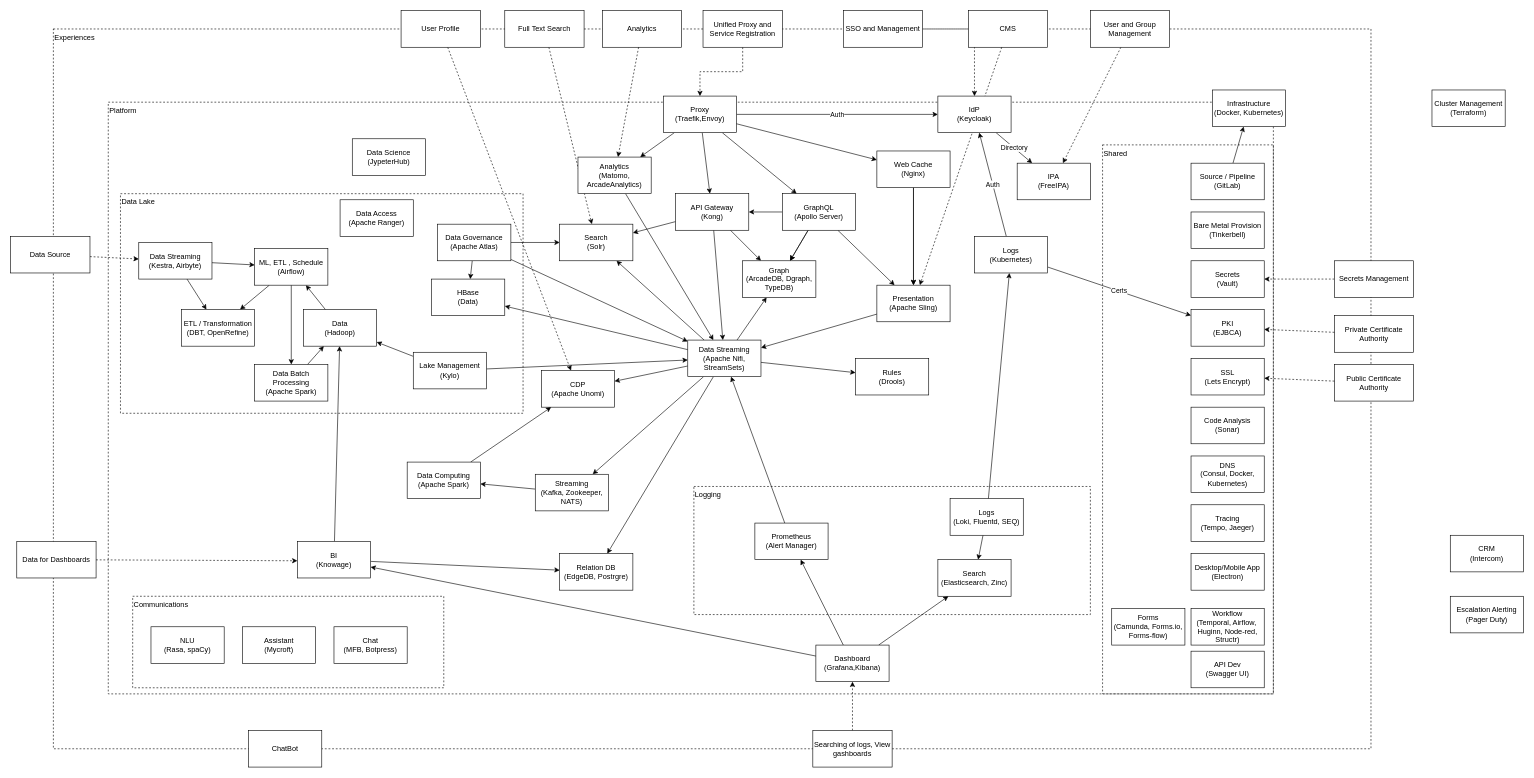
This is page "Services" (1 of 2) of _gxp/diagrams/GXP-Architecture.drawio from governance-foundation/governance.foundation, a draw.io file, before an edit. Source tidied: cells renumbered, new cells numbered last; positions are measured from the earlier drawing's top-left corner, leaving out a move shared by most shapes. Both pictures are drawn from the tidied source at 61%, with x=0, y=0 at pixel (10, 10).
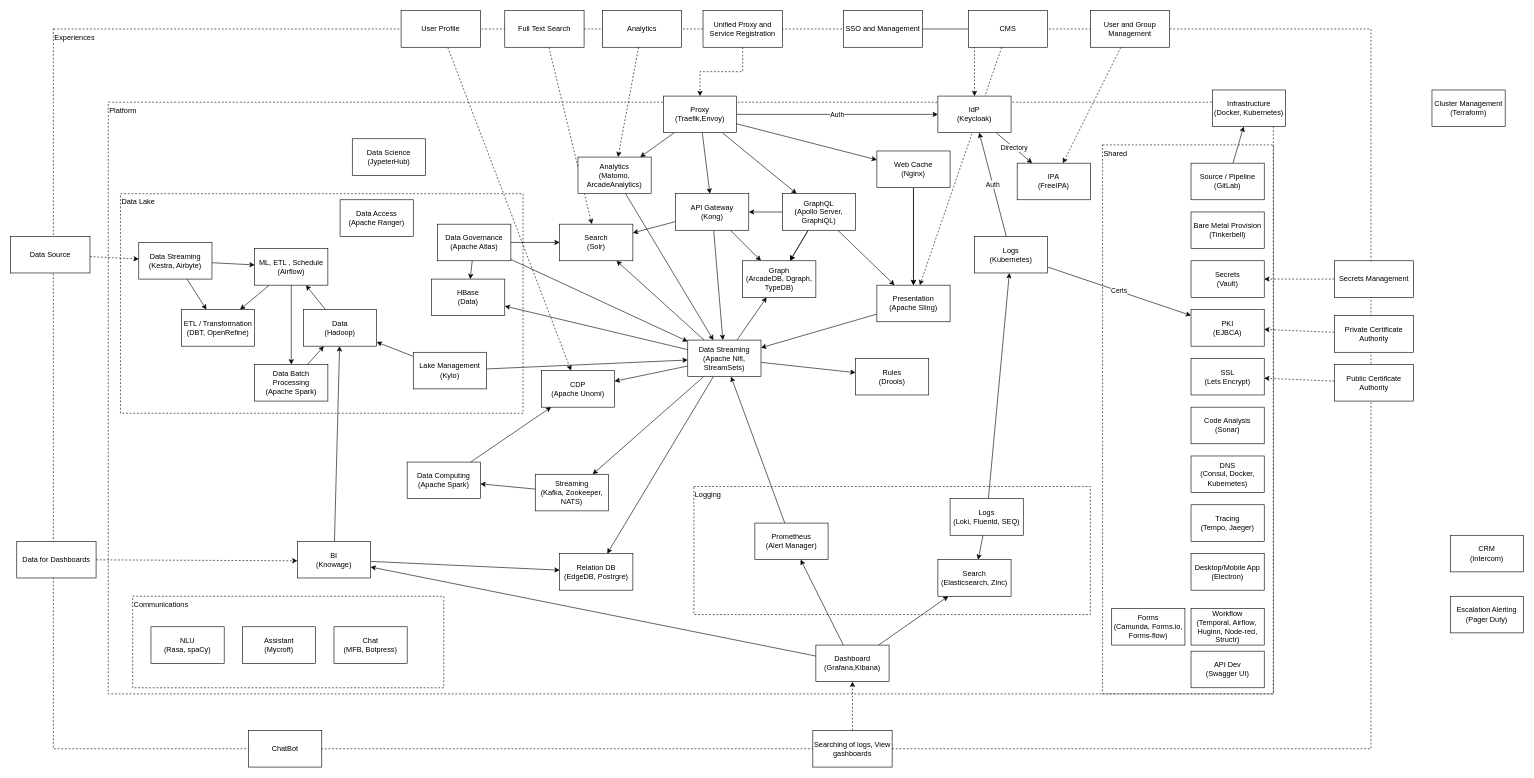
The same diagram, later.

Diff of the diagram source:
```diff
@@
-    <mxCell id="132" value="&lt;div&gt;GraphQL&lt;/div&gt;&lt;div&gt;(Apollo Server)&lt;/div&gt;" style="rounded=0;whiteSpace=wrap;html=1;" parent="31" vertex="1">
+    <mxCell id="132" value="&lt;div&gt;GraphQL&lt;/div&gt;&lt;div&gt;(Apollo Server, GraphiQL)&lt;/div&gt;" style="rounded=0;whiteSpace=wrap;html=1;" parent="31" vertex="1">
       <mxGeometry x="1265" y="300" width="120" height="60" as="geometry" />
     </mxCell>
```
